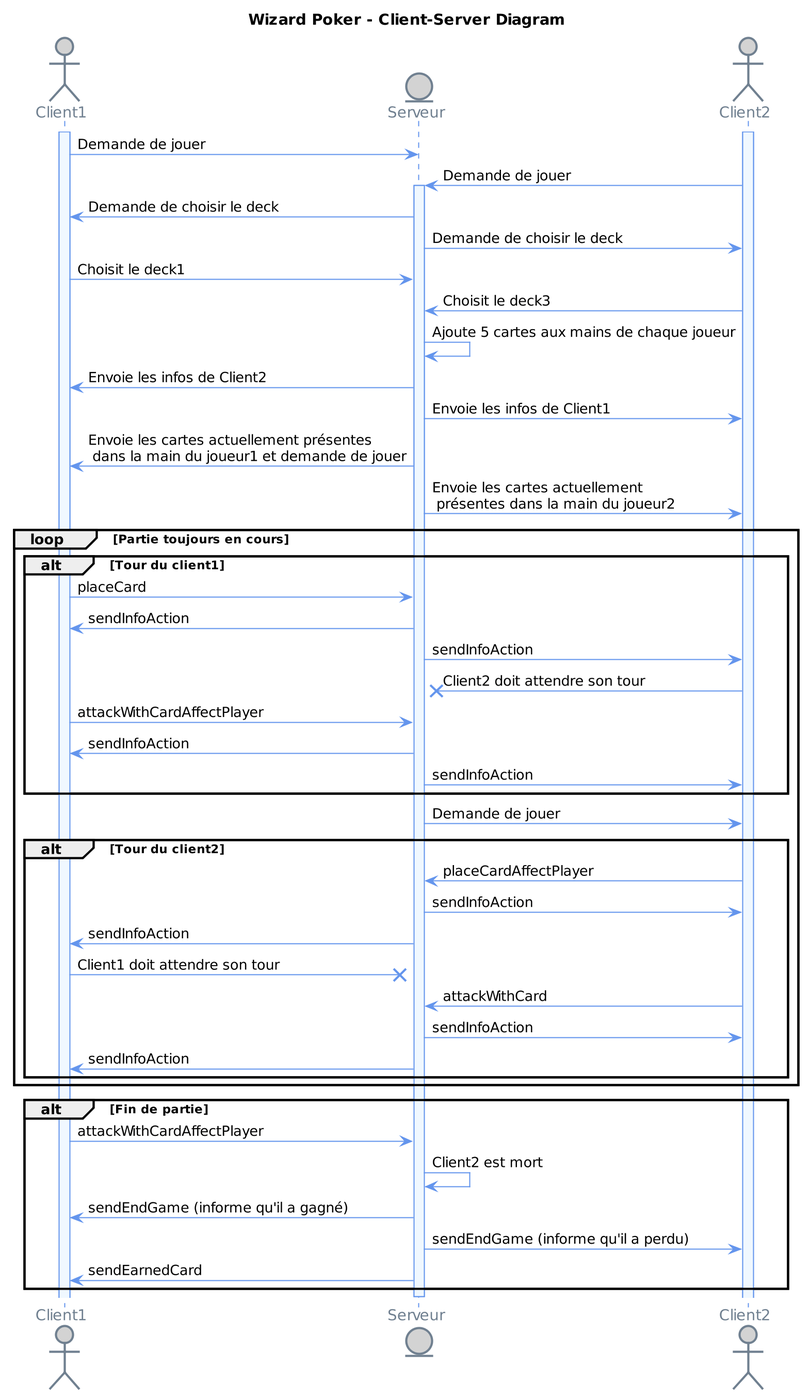
Before: srd/assets/uml/ClientServerDiagram.png, a diagram exported from PlantUML (elishadrion/tetris).
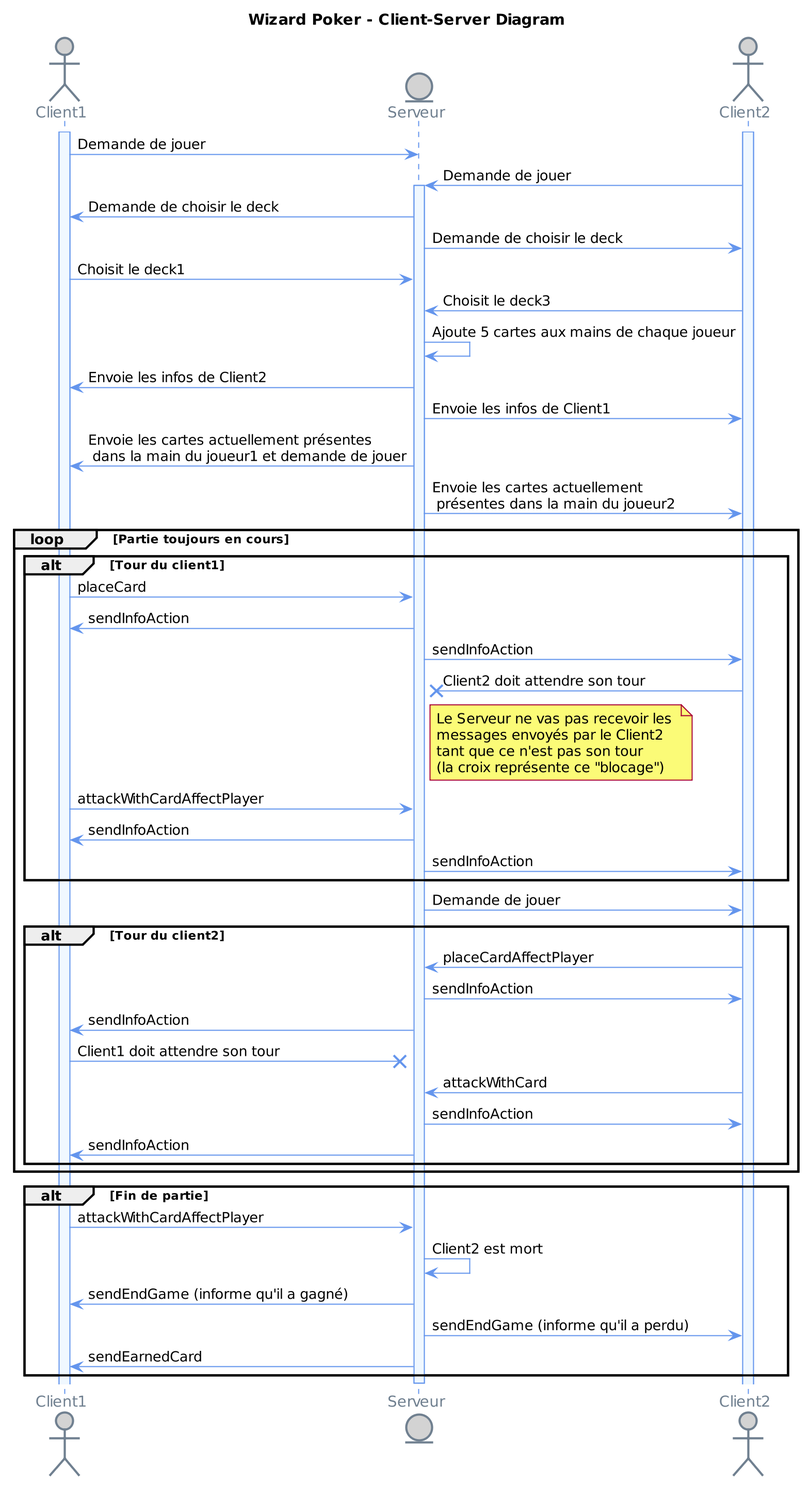
The same diagram one commit later.

Commit message:
Correction (graphs)

Diff of the diagram source:
```diff
@@ -47,6 +47,12 @@
   Serveur -> Client1 : sendInfoAction
   Serveur -> Client2 : sendInfoAction
   Client2 ->x Serveur : Client2 doit attendre son tour
+note right Serveur
+Le Serveur ne vas pas recevoir les
+messages envoyés par le Client2
+tant que ce n'est pas son tour
+(la croix représente ce "blocage")
+end note
   Client1 -> Serveur : attackWithCardAffectPlayer
   Serveur -> Client1 : sendInfoAction
   Serveur -> Client2 : sendInfoAction
```
